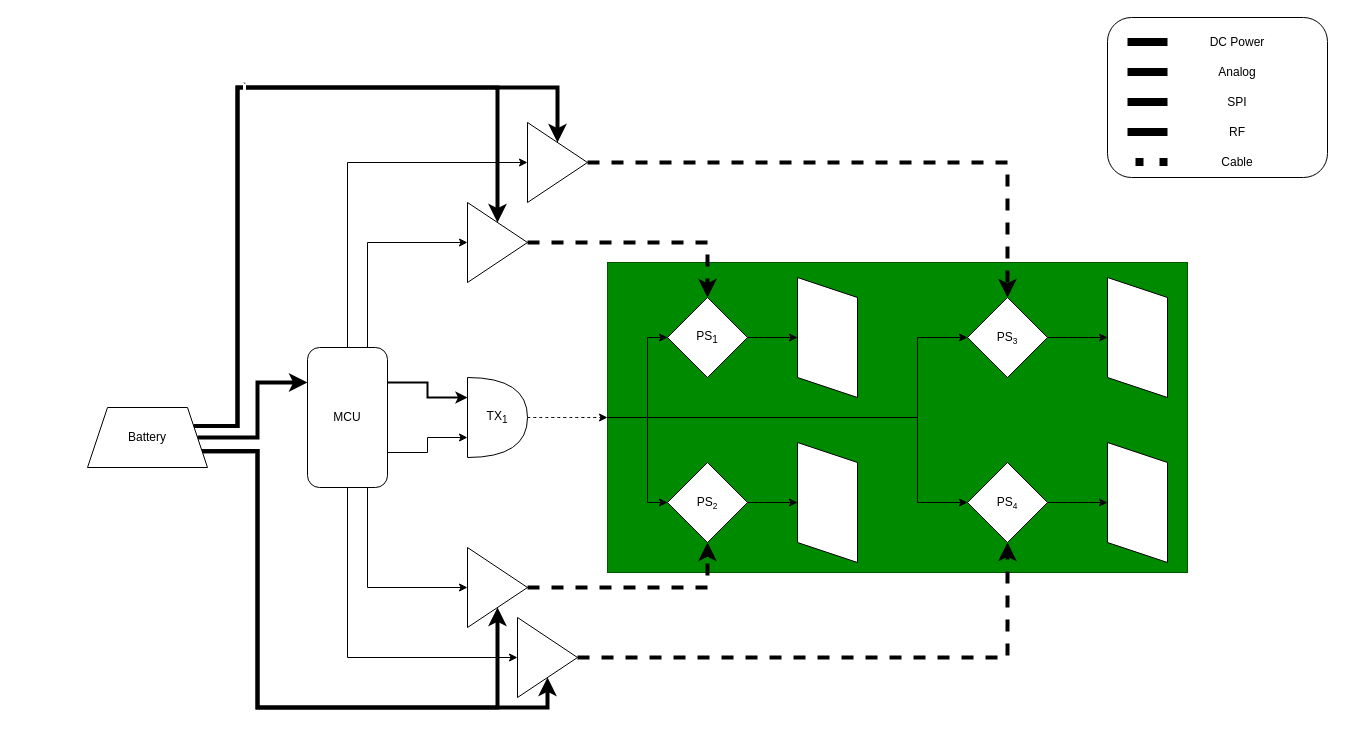
Earlier version of the draw.io diagram PAA_Block_Diagram.drawio (K-Eckert15/ARES). Source tidied: cells renumbered, new cells numbered last; positions are measured from the earlier drawing's top-left corner, leaving out a move shared by most shapes. Both pictures are drawn from the tidied source at 100%, with x=0, y=0 at pixel (87, 17).
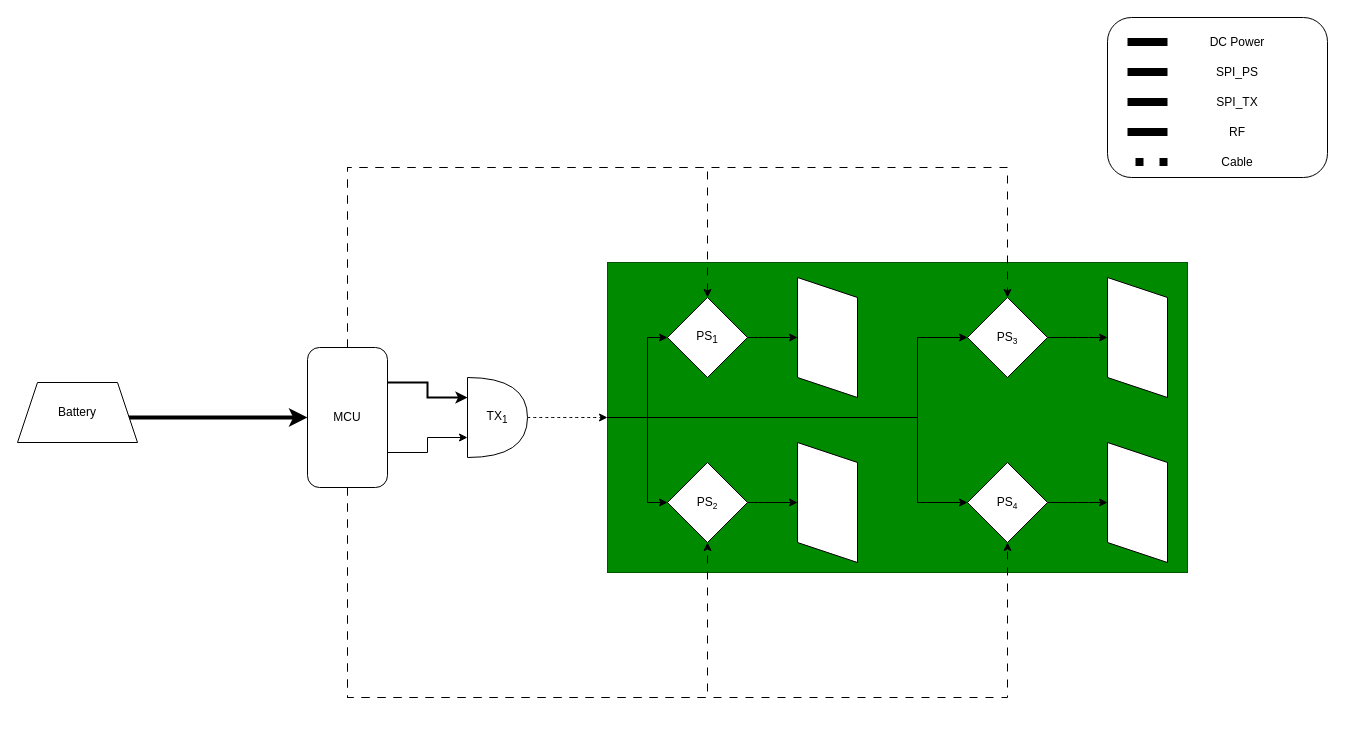
The same page after the edit.

Commit message:
Update PAA_Block_Diagram.drawio for SPI phase shifts

The change refers to these unchanged cells:
```xml
<mxCell id="9" value="MCU" style="rounded=1;whiteSpace=wrap;html=1;" parent="1" vertex="1">
  <mxGeometry x="220" y="330" width="80" height="140" as="geometry" />
</mxCell>
<mxCell id="13" value="PS&lt;sub&gt;1&lt;/sub&gt;" style="rhombus;whiteSpace=wrap;html=1;shapeInside=1;" parent="1" vertex="1">
  <mxGeometry x="580" y="280" width="80" height="80" as="geometry" />
</mxCell>
<mxCell id="15" value="PS&lt;span style=&quot;font-size: 10px;&quot;&gt;&lt;sub&gt;2&lt;/sub&gt;&lt;/span&gt;" style="rhombus;whiteSpace=wrap;html=1;shapeInside=1;" parent="1" vertex="1">
  <mxGeometry x="580" y="445" width="80" height="80" as="geometry" />
</mxCell>
<mxCell id="17" value="PS&lt;span style=&quot;font-size: 10px;&quot;&gt;&lt;sub&gt;3&lt;/sub&gt;&lt;/span&gt;" style="rhombus;whiteSpace=wrap;html=1;shapeInside=1;" parent="1" vertex="1">
  <mxGeometry x="880" y="280" width="80" height="80" as="geometry" />
</mxCell>
<mxCell id="19" value="PS&lt;span style=&quot;font-size: 10px;&quot;&gt;&lt;sub&gt;4&lt;/sub&gt;&lt;/span&gt;" style="rhombus;whiteSpace=wrap;html=1;shapeInside=1;" parent="1" vertex="1">
  <mxGeometry x="880" y="445" width="80" height="80" as="geometry" />
</mxCell>
```

The edit, as a diff of the source:
```diff
@@
-    <mxCell id="5" style="edgeStyle=orthogonalEdgeStyle;rounded=0;jettySize=auto;html=1;exitX=0.75;exitY=0;exitDx=0;exitDy=0;entryX=0;entryY=0.5;entryDx=0;entryDy=0;strokeColor=light-dark(#000000,#33FFFF);" parent="1" edge="1" source="9" target="25">
-      <mxGeometry relative="1" as="geometry" />
-    </mxCell>
-    <mxCell id="6" style="edgeStyle=orthogonalEdgeStyle;rounded=0;jettySize=auto;html=1;exitX=0.5;exitY=0;exitDx=0;exitDy=0;entryX=0;entryY=0.5;entryDx=0;entryDy=0;strokeColor=light-dark(#000000,#33FFFF);" parent="1" edge="1" source="9" target="27">
-      <mxGeometry relative="1" as="geometry" />
-    </mxCell>
-    <mxCell id="7" style="edgeStyle=orthogonalEdgeStyle;rounded=0;jettySize=auto;html=1;exitX=0.75;exitY=1;exitDx=0;exitDy=0;entryX=0;entryY=0.5;entryDx=0;entryDy=0;strokeColor=light-dark(#000000,#33FFFF);" parent="1" edge="1" source="9" target="29">
-      <mxGeometry relative="1" as="geometry" />
-    </mxCell>
-    <mxCell id="8" style="edgeStyle=orthogonalEdgeStyle;rounded=0;jettySize=auto;html=1;exitX=0.5;exitY=1;exitDx=0;exitDy=0;entryX=0;entryY=0.5;entryDx=0;entryDy=0;strokeColor=light-dark(#000000,#33FFFF);" parent="1" edge="1" source="9" target="31">
-      <mxGeometry relative="1" as="geometry" />
-    </mxCell>
+    <mxCell id="53" style="edgeStyle=orthogonalEdgeStyle;rounded=0;jettySize=auto;html=1;entryX=0.5;entryY=0;entryDx=0;entryDy=0;dashed=1;dashPattern=8 8;strokeColor=light-dark(#000000,#66FFFF);" parent="1" edge="1" source="9" target="13">
+      <mxGeometry relative="1" as="geometry">
+        <Array as="points">
+          <mxPoint x="260" y="150" />
+          <mxPoint x="620" y="150" />
+        </Array>
+      </mxGeometry>
+    </mxCell>
+    <mxCell id="54" style="edgeStyle=orthogonalEdgeStyle;rounded=0;jettySize=auto;html=1;entryX=0.5;entryY=0;entryDx=0;entryDy=0;dashed=1;dashPattern=8 8;strokeColor=light-dark(#000000,#66FFFF);" parent="1" edge="1" source="9" target="17">
+      <mxGeometry relative="1" as="geometry">
+        <Array as="points">
+          <mxPoint x="260" y="150" />
+          <mxPoint x="920" y="150" />
+        </Array>
+      </mxGeometry>
+    </mxCell>
+    <mxCell id="55" style="edgeStyle=orthogonalEdgeStyle;rounded=0;jettySize=auto;html=1;entryX=0.5;entryY=1;entryDx=0;entryDy=0;dashed=1;dashPattern=8 8;strokeColor=light-dark(#000000,#66FFFF);" parent="1" edge="1" source="9" target="15">
+      <mxGeometry relative="1" as="geometry">
+        <Array as="points">
+          <mxPoint x="260" y="680" />
+          <mxPoint x="620" y="680" />
+        </Array>
+      </mxGeometry>
+    </mxCell>
+    <mxCell id="56" style="edgeStyle=orthogonalEdgeStyle;rounded=0;jettySize=auto;html=1;entryX=0.5;entryY=1;entryDx=0;entryDy=0;dashed=1;dashPattern=8 8;strokeColor=light-dark(#000000,#66FFFF);" parent="1" edge="1" source="9" target="19">
+      <mxGeometry relative="1" as="geometry">
+        <Array as="points">
+          <mxPoint x="260" y="680" />
+          <mxPoint x="920" y="680" />
+        </Array>
+      </mxGeometry>
+    </mxCell>
@@
-    <mxCell id="24" style="edgeStyle=orthogonalEdgeStyle;rounded=0;jettySize=auto;html=1;exitX=1;exitY=0.5;exitDx=0;exitDy=0;entryX=0.5;entryY=0;entryDx=0;entryDy=0;strokeColor=light-dark(#000000,#33FFFF);strokeWidth=4;dashed=1;" parent="1" edge="1" source="25" target="13">
-      <mxGeometry relative="1" as="geometry" />
-    </mxCell>
-    <mxCell id="25" style="triangle;whiteSpace=wrap;html=1;shapeInside=1;" parent="1" vertex="1">
-      <mxGeometry x="380" y="185" width="60" height="80" as="geometry" />
-    </mxCell>
-    <mxCell id="26" style="edgeStyle=orthogonalEdgeStyle;rounded=0;jettySize=auto;html=1;exitX=1;exitY=0.5;exitDx=0;exitDy=0;entryX=0.5;entryY=0;entryDx=0;entryDy=0;strokeColor=light-dark(#000000,#33FFFF);strokeWidth=4;dashed=1;" parent="1" edge="1" source="27" target="17">
-      <mxGeometry relative="1" as="geometry" />
-    </mxCell>
-    <mxCell id="27" style="triangle;whiteSpace=wrap;html=1;shapeInside=1;" parent="1" vertex="1">
-      <mxGeometry x="440" y="105" width="60" height="80" as="geometry" />
-    </mxCell>
-    <mxCell id="28" style="edgeStyle=orthogonalEdgeStyle;rounded=0;jettySize=auto;html=1;exitX=1;exitY=0.5;exitDx=0;exitDy=0;entryX=0.5;entryY=1;entryDx=0;entryDy=0;strokeColor=light-dark(#000000,#33FFFF);strokeWidth=4;dashed=1;" parent="1" edge="1" source="29" target="15">
-      <mxGeometry relative="1" as="geometry" />
-    </mxCell>
-    <mxCell id="29" style="triangle;whiteSpace=wrap;html=1;shapeInside=1;" parent="1" vertex="1">
-      <mxGeometry x="380" y="530" width="60" height="80" as="geometry" />
-    </mxCell>
-    <mxCell id="30" style="edgeStyle=orthogonalEdgeStyle;rounded=0;jettySize=auto;html=1;exitX=1;exitY=0.5;exitDx=0;exitDy=0;entryX=0.5;entryY=1;entryDx=0;entryDy=0;strokeColor=light-dark(#000000,#33FFFF);strokeWidth=4;dashed=1;" parent="1" edge="1" source="31" target="19">
-      <mxGeometry relative="1" as="geometry" />
-    </mxCell>
-    <mxCell id="31" style="triangle;whiteSpace=wrap;html=1;shapeInside=1;" parent="1" vertex="1">
-      <mxGeometry x="430" y="600" width="60" height="80" as="geometry" />
-    </mxCell>
-    <mxCell id="32" style="edgeStyle=orthogonalEdgeStyle;rounded=0;jettySize=auto;html=1;entryX=0;entryY=0.25;entryDx=0;entryDy=0;strokeColor=light-dark(#000000,#FF0000);strokeWidth=4;exitX=1;exitY=0.5;exitDx=0;exitDy=0;" parent="1" edge="1" source="37" target="9">
-      <mxGeometry relative="1" as="geometry" />
+    <mxCell id="32" style="edgeStyle=orthogonalEdgeStyle;rounded=0;jettySize=auto;html=1;entryX=0;entryY=0.5;entryDx=0;entryDy=0;strokeColor=light-dark(#000000,#FF0000);strokeWidth=4;exitX=1;exitY=0.5;exitDx=0;exitDy=0;" parent="1" edge="1" target="9">
+      <mxGeometry relative="1" as="geometry">
+        <mxPoint x="20" y="410" as="sourcePoint" />
+        <Array as="points">
+          <mxPoint x="20" y="400" />
+        </Array>
+      </mxGeometry>
     </mxCell>
-    <mxCell id="33" style="edgeStyle=orthogonalEdgeStyle;rounded=0;jettySize=auto;html=1;exitX=1;exitY=0.25;exitDx=0;exitDy=0;entryX=0.5;entryY=0;entryDx=0;entryDy=0;strokeColor=light-dark(#000000,#FF0000);strokeWidth=4;" parent="1" edge="1" source="37" target="27">
-      <mxGeometry relative="1" as="geometry">
-        <Array as="points">
-          <mxPoint x="150" y="408.5" />
-          <mxPoint x="150" y="70" />
-          <mxPoint x="470" y="70" />
-        </Array>
-      </mxGeometry>
-    </mxCell>
-    <mxCell id="34" value="`" style="edgeStyle=orthogonalEdgeStyle;rounded=0;jettySize=auto;html=1;exitX=1;exitY=0.25;exitDx=0;exitDy=0;strokeColor=light-dark(#000000,#FF0000);strokeWidth=4;" parent="1" edge="1" source="37" target="25">
-      <mxGeometry relative="1" as="geometry">
-        <Array as="points">
-          <mxPoint x="150" y="408.5" />
-          <mxPoint x="150" y="70" />
-          <mxPoint x="410" y="70" />
-        </Array>
-      </mxGeometry>
-    </mxCell>
-    <mxCell id="35" style="edgeStyle=orthogonalEdgeStyle;rounded=0;jettySize=auto;html=1;exitX=1;exitY=0.75;exitDx=0;exitDy=0;entryX=0.5;entryY=1;entryDx=0;entryDy=0;strokeColor=light-dark(#000000,#FF0000);strokeWidth=4;" parent="1" edge="1" source="37" target="31">
-      <mxGeometry relative="1" as="geometry">
-        <Array as="points">
-          <mxPoint x="170" y="433.6" />
-          <mxPoint x="170" y="690" />
-          <mxPoint x="460" y="690" />
-        </Array>
-      </mxGeometry>
-    </mxCell>
-    <mxCell id="36" style="edgeStyle=orthogonalEdgeStyle;rounded=0;jettySize=auto;html=1;exitX=1;exitY=0.75;exitDx=0;exitDy=0;entryX=0.5;entryY=1;entryDx=0;entryDy=0;strokeColor=light-dark(#000000,#FF0000);strokeWidth=4;" parent="1" edge="1" source="37" target="29">
-      <mxGeometry relative="1" as="geometry">
-        <Array as="points">
-          <mxPoint x="170" y="433.6" />
-          <mxPoint x="170" y="690" />
-          <mxPoint x="410" y="690" />
-        </Array>
-      </mxGeometry>
-    </mxCell>
     <mxCell id="37" value="Battery" style="shape=trapezoid;perimeter=trapezoidPerimeter;whiteSpace=wrap;html=1;shapeInside=1;fixedSize=1;" parent="1" vertex="1">
-      <mxGeometry y="390" width="120" height="60" as="geometry" />
+      <mxGeometry x="-70" y="365" width="120" height="60" as="geometry" />
     </mxCell>
@@
-    <mxCell id="43" value="Analog" style="text;html=1;whiteSpace=wrap;strokeColor=none;fillColor=none;align=center;verticalAlign=middle;rounded=0;" parent="1" vertex="1">
+    <mxCell id="43" value="SPI_PS" style="text;html=1;whiteSpace=wrap;strokeColor=none;fillColor=none;align=center;verticalAlign=middle;rounded=0;" parent="1" vertex="1">
       <mxGeometry x="1120" y="40" width="60" height="30" as="geometry" />
     </mxCell>
@@
-    <mxCell id="45" value="SPI" style="text;html=1;whiteSpace=wrap;strokeColor=none;fillColor=none;align=center;verticalAlign=middle;rounded=0;" parent="1" vertex="1">
+    <mxCell id="45" value="SPI_TX" style="text;html=1;whiteSpace=wrap;strokeColor=none;fillColor=none;align=center;verticalAlign=middle;rounded=0;" parent="1" vertex="1">
       <mxGeometry x="1120" y="70" width="60" height="30" as="geometry" />
     </mxCell>
```
